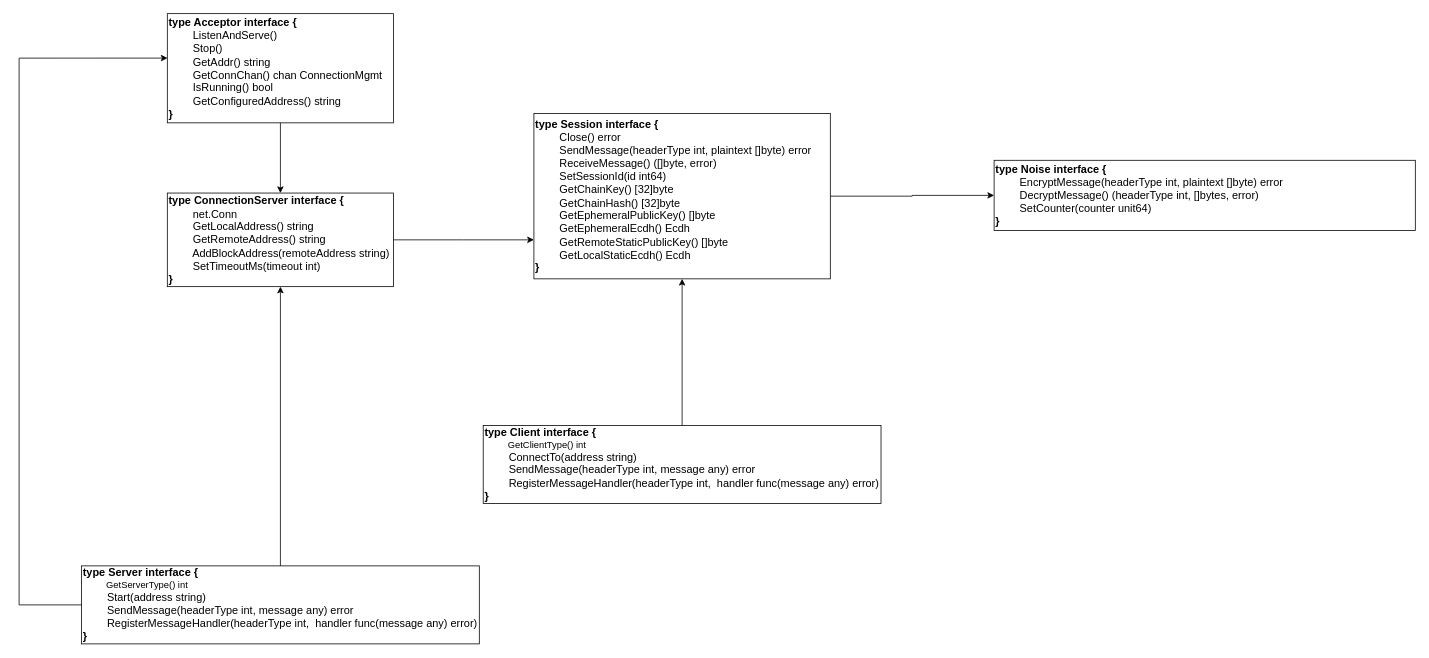
The draw.io diagram page "new design" (3 of 3) of dhp/opennhp.architecture.design.drawio in wenhulove333/opendhp, before the edit. Source tidied: cells renumbered, new cells numbered last; positions are measured from the earlier drawing's top-left corner, leaving out a move shared by most shapes. Both pictures are drawn from the tidied source at 78%, with x=0, y=0 at pixel (19, 13).
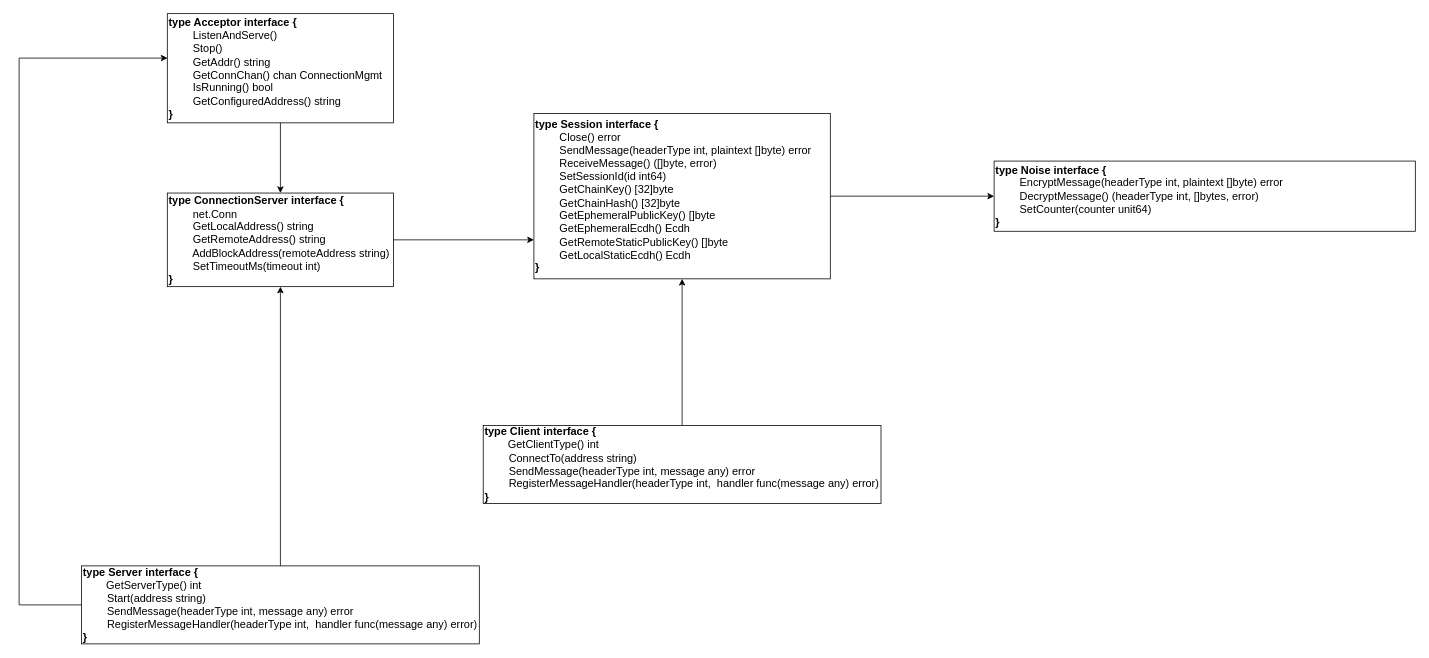
The same page after the edit.

Change to the diagram source:
```diff
@@
 <mxGraphModel>
   <root>
     <mxCell id="0" />
     <mxCell id="1" parent="0" />
     <mxCell id="2" style="edgeStyle=orthogonalEdgeStyle;rounded=0;jettySize=auto;html=1;exitX=0.5;exitY=1;exitDx=0;exitDy=0;entryX=0.5;entryY=0;entryDx=0;entryDy=0;" parent="1" edge="1" source="3" target="5">
       <mxGeometry relative="1" as="geometry" />
     </mxCell>
     <mxCell id="3" value="&lt;div&gt;&lt;font style=&quot;font-size: 14px;&quot;&gt;&lt;b&gt;type Acceptor interface {&lt;/b&gt;&lt;/font&gt;&lt;/div&gt;&lt;div&gt;&lt;span style=&quot;white-space: normal;&quot;&gt;&lt;font style=&quot;font-size: 14px;&quot;&gt;&lt;span style=&quot;white-space:pre&quot;&gt;&#9;&lt;/span&gt;ListenAndServe()&lt;/font&gt;&lt;/span&gt;&lt;/div&gt;&lt;div&gt;&lt;span style=&quot;white-space: normal;&quot;&gt;&lt;font style=&quot;font-size: 14px;&quot;&gt;&lt;span style=&quot;white-space:pre&quot;&gt;&#9;&lt;/span&gt;Stop()&lt;/font&gt;&lt;/span&gt;&lt;/div&gt;&lt;div&gt;&lt;span style=&quot;white-space: normal;&quot;&gt;&lt;font style=&quot;font-size: 14px;&quot;&gt;&lt;span style=&quot;white-space:pre&quot;&gt;&#9;&lt;/span&gt;GetAddr() string&lt;/font&gt;&lt;/span&gt;&lt;/div&gt;&lt;div&gt;&lt;span style=&quot;white-space: normal;&quot;&gt;&lt;font style=&quot;font-size: 14px;&quot;&gt;&lt;span style=&quot;white-space:pre&quot;&gt;&#9;&lt;/span&gt;GetConnChan() chan ConnectionMgmt&lt;/font&gt;&lt;/span&gt;&lt;/div&gt;&lt;div&gt;&lt;span style=&quot;white-space: normal;&quot;&gt;&lt;font style=&quot;font-size: 14px;&quot;&gt;&lt;span style=&quot;white-space:pre&quot;&gt;&#9;&lt;/span&gt;IsRunning() bool&lt;/font&gt;&lt;/span&gt;&lt;/div&gt;&lt;div&gt;&lt;span style=&quot;white-space: normal;&quot;&gt;&lt;font style=&quot;font-size: 14px;&quot;&gt;&lt;span style=&quot;white-space:pre&quot;&gt;&#9;&lt;/span&gt;GetConfiguredAddress() string&lt;/font&gt;&lt;/span&gt;&lt;/div&gt;&lt;div&gt;&lt;font style=&quot;font-size: 14px;&quot;&gt;&lt;b&gt;}&lt;/b&gt;&lt;/font&gt;&lt;/div&gt;" style="rounded=0;whiteSpace=wrap;html=1;fillColor=none;align=left;" parent="1" vertex="1">
       <mxGeometry x="190" width="290" height="140" as="geometry" />
     </mxCell>
     <mxCell id="4" style="edgeStyle=orthogonalEdgeStyle;rounded=0;jettySize=auto;html=1;exitX=1;exitY=0.5;exitDx=0;exitDy=0;" parent="1" edge="1" source="5">
       <mxGeometry relative="1" as="geometry">
         <mxPoint x="660" y="290" as="targetPoint" />
       </mxGeometry>
     </mxCell>
     <mxCell id="5" value="&lt;div&gt;&lt;font style=&quot;font-size: 14px;&quot;&gt;&lt;b&gt;type ConnectionServer interface {&lt;/b&gt;&lt;/font&gt;&lt;/div&gt;&lt;div&gt;&lt;span style=&quot;white-space: normal;&quot;&gt;&lt;font style=&quot;font-size: 14px;&quot;&gt;&lt;span style=&quot;white-space:pre&quot;&gt;&#9;&lt;/span&gt;net.Conn&lt;/font&gt;&lt;/span&gt;&lt;/div&gt;&lt;div&gt;&lt;span style=&quot;white-space: normal;&quot;&gt;&lt;font style=&quot;font-size: 14px;&quot;&gt;&amp;nbsp; &amp;nbsp; &amp;nbsp; &amp;nbsp; GetLocalAddress() string&lt;/font&gt;&lt;/span&gt;&lt;/div&gt;&lt;div&gt;&lt;span style=&quot;white-space: normal;&quot;&gt;&lt;font style=&quot;font-size: 14px;&quot;&gt;&amp;nbsp; &amp;nbsp; &amp;nbsp; &amp;nbsp; GetRemoteAddress() string&lt;/font&gt;&lt;/span&gt;&lt;/div&gt;&lt;div&gt;&lt;span style=&quot;white-space: normal;&quot;&gt;&lt;font style=&quot;font-size: 14px;&quot;&gt;&amp;nbsp; &amp;nbsp; &amp;nbsp; &amp;nbsp; AddBlockAddress(remoteAddress string)&lt;/font&gt;&lt;/span&gt;&lt;/div&gt;&lt;div&gt;&lt;span style=&quot;white-space: normal;&quot;&gt;&lt;font style=&quot;font-size: 14px;&quot;&gt;&amp;nbsp; &amp;nbsp; &amp;nbsp; &amp;nbsp; SetTimeoutMs(timeout int)&lt;/font&gt;&lt;/span&gt;&lt;/div&gt;&lt;div&gt;&lt;font style=&quot;font-size: 14px;&quot;&gt;&lt;b&gt;}&lt;/b&gt;&lt;/font&gt;&lt;/div&gt;" style="rounded=0;whiteSpace=wrap;html=1;fillColor=none;align=left;" parent="1" vertex="1">
       <mxGeometry x="190" y="230" width="290" height="120" as="geometry" />
     </mxCell>
     <mxCell id="6" style="edgeStyle=orthogonalEdgeStyle;rounded=0;jettySize=auto;html=1;exitX=1;exitY=0.5;exitDx=0;exitDy=0;entryX=0;entryY=0.5;entryDx=0;entryDy=0;" parent="1" edge="1" source="7" target="10">
       <mxGeometry relative="1" as="geometry" />
     </mxCell>
     <mxCell id="7" value="&lt;div&gt;&lt;font style=&quot;font-size: 14px;&quot;&gt;&lt;b&gt;type Session interface {&lt;/b&gt;&lt;/font&gt;&lt;/div&gt;&lt;div&gt;&lt;span style=&quot;white-space: normal;&quot;&gt;&lt;font style=&quot;font-size: 14px;&quot;&gt;&amp;nbsp;&lt;span style=&quot;white-space: pre;&quot;&gt;&#9;&lt;/span&gt;&lt;/font&gt;&lt;/span&gt;&lt;span style=&quot;font-size: 14px; background-color: transparent; color: light-dark(rgb(0, 0, 0), rgb(255, 255, 255));&quot;&gt;Close() error&lt;/span&gt;&lt;/div&gt;&lt;div&gt;&lt;span style=&quot;white-space: normal;&quot;&gt;&lt;font style=&quot;font-size: 14px;&quot;&gt;&amp;nbsp; &amp;nbsp; &amp;nbsp; &amp;nbsp; SendMessage(headerType int, plaintext []byte) error&lt;/font&gt;&lt;/span&gt;&lt;/div&gt;&lt;div&gt;&lt;span style=&quot;white-space: normal;&quot;&gt;&lt;font style=&quot;font-size: 14px;&quot;&gt;&amp;nbsp; &amp;nbsp; &amp;nbsp; &amp;nbsp; ReceiveMessage() ([]byte, error)&lt;/font&gt;&lt;/span&gt;&lt;/div&gt;&lt;div&gt;&lt;span style=&quot;white-space: normal;&quot;&gt;&lt;font style=&quot;font-size: 14px;&quot;&gt;&amp;nbsp; &amp;nbsp; &amp;nbsp; &amp;nbsp; SetSessionId(id int64)&lt;/font&gt;&lt;/span&gt;&lt;/div&gt;&lt;div&gt;&lt;span style=&quot;white-space: normal;&quot;&gt;&lt;font style=&quot;font-size: 14px;&quot;&gt;&amp;nbsp; &amp;nbsp; &amp;nbsp; &amp;nbsp; GetChainKey() [32]byte&lt;/font&gt;&lt;/span&gt;&lt;/div&gt;&lt;div&gt;&lt;span style=&quot;white-space: normal;&quot;&gt;&lt;font style=&quot;font-size: 14px;&quot;&gt;&amp;nbsp; &amp;nbsp; &amp;nbsp; &amp;nbsp; GetChainHash() [32]byte&lt;/font&gt;&lt;/span&gt;&lt;/div&gt;&lt;div&gt;&lt;span style=&quot;white-space: normal;&quot;&gt;&lt;font style=&quot;font-size: 14px;&quot;&gt;&amp;nbsp; &amp;nbsp; &amp;nbsp; &amp;nbsp; GetEphemeralPublicKey() []byte&lt;/font&gt;&lt;/span&gt;&lt;/div&gt;&lt;div&gt;&lt;span style=&quot;white-space: normal;&quot;&gt;&lt;font style=&quot;font-size: 14px;&quot;&gt;&amp;nbsp; &amp;nbsp; &amp;nbsp; &amp;nbsp; GetEphemeralEcdh() Ecdh&lt;/font&gt;&lt;/span&gt;&lt;/div&gt;&lt;div&gt;&lt;span style=&quot;white-space: normal;&quot;&gt;&lt;font style=&quot;font-size: 14px;&quot;&gt;&amp;nbsp; &amp;nbsp; &amp;nbsp; &amp;nbsp; GetRemoteStaticPublicKey() []byte&lt;/font&gt;&lt;/span&gt;&lt;/div&gt;&lt;div&gt;&lt;span style=&quot;white-space: normal;&quot;&gt;&lt;font style=&quot;font-size: 14px;&quot;&gt;&amp;nbsp; &amp;nbsp; &amp;nbsp; &amp;nbsp; GetLocalStaticEcdh() Ecdh&lt;/font&gt;&lt;/span&gt;&lt;/div&gt;&lt;div&gt;&lt;font style=&quot;font-size: 14px;&quot;&gt;&lt;b&gt;}&lt;/b&gt;&lt;/font&gt;&lt;/div&gt;" style="rounded=0;whiteSpace=wrap;html=1;fillColor=none;align=left;" parent="1" vertex="1">
       <mxGeometry x="660" y="128" width="380" height="212" as="geometry" />
     </mxCell>
     <mxCell id="8" style="edgeStyle=orthogonalEdgeStyle;rounded=0;jettySize=auto;html=1;exitX=0.5;exitY=0;exitDx=0;exitDy=0;entryX=0.5;entryY=1;entryDx=0;entryDy=0;" parent="1" edge="1" source="9" target="7">
       <mxGeometry relative="1" as="geometry" />
     </mxCell>
-    <mxCell id="9" value="&lt;div&gt;&lt;font style=&quot;font-size: 14px;&quot;&gt;&lt;b&gt;type Client interface {&lt;/b&gt;&lt;/font&gt;&lt;/div&gt;&lt;div&gt;&lt;span style=&quot;white-space: normal;&quot;&gt;&amp;nbsp; &amp;nbsp; &amp;nbsp; &amp;nbsp; &amp;nbsp;GetClientType() int&lt;/span&gt;&lt;/div&gt;&lt;div&gt;&lt;span style=&quot;white-space: normal;&quot;&gt;&lt;font style=&quot;font-size: 14px;&quot;&gt;&lt;span style=&quot;white-space:pre&quot;&gt;&#9;&lt;/span&gt;ConnectTo(address string)&lt;/font&gt;&lt;/span&gt;&lt;/div&gt;&lt;div&gt;&lt;/div&gt;&lt;div&gt;&lt;span style=&quot;white-space: normal;&quot;&gt;&lt;font style=&quot;font-size: 14px;&quot;&gt;&amp;nbsp; &amp;nbsp; &amp;nbsp; &amp;nbsp; SendMessage(headerType int, message any) error&lt;/font&gt;&lt;/span&gt;&lt;/div&gt;&lt;div&gt;&lt;span style=&quot;white-space: normal;&quot;&gt;&lt;font style=&quot;font-size: 14px;&quot;&gt;&amp;nbsp; &amp;nbsp; &amp;nbsp; &amp;nbsp; RegisterMessageHandler(headerType int,&amp;nbsp; handler func(message any) error)&lt;/font&gt;&lt;/span&gt;&lt;/div&gt;&lt;div&gt;&lt;font style=&quot;font-size: 14px;&quot;&gt;&lt;b&gt;}&lt;/b&gt;&lt;/font&gt;&lt;/div&gt;" style="rounded=0;whiteSpace=wrap;html=1;fillColor=none;align=left;" parent="1" vertex="1">
+    <mxCell id="9" value="&lt;div&gt;&lt;font style=&quot;font-size: 14px;&quot;&gt;&lt;b&gt;type Client interface {&lt;/b&gt;&lt;/font&gt;&lt;/div&gt;&lt;div&gt;&lt;span style=&quot;white-space: normal;&quot;&gt;&amp;nbsp; &amp;nbsp; &amp;nbsp; &amp;nbsp; &amp;nbsp;&lt;font style=&quot;font-size: 14px;&quot;&gt;GetClientType() int&lt;/font&gt;&lt;/span&gt;&lt;/div&gt;&lt;div&gt;&lt;span style=&quot;white-space: normal;&quot;&gt;&lt;font style=&quot;font-size: 14px;&quot;&gt;&lt;span style=&quot;white-space:pre&quot;&gt;&#9;&lt;/span&gt;ConnectTo(address string)&lt;/font&gt;&lt;/span&gt;&lt;/div&gt;&lt;div&gt;&lt;/div&gt;&lt;div&gt;&lt;span style=&quot;white-space: normal;&quot;&gt;&lt;font style=&quot;font-size: 14px;&quot;&gt;&amp;nbsp; &amp;nbsp; &amp;nbsp; &amp;nbsp; SendMessage(headerType int, message any) error&lt;/font&gt;&lt;/span&gt;&lt;/div&gt;&lt;div&gt;&lt;span style=&quot;white-space: normal;&quot;&gt;&lt;font style=&quot;font-size: 14px;&quot;&gt;&amp;nbsp; &amp;nbsp; &amp;nbsp; &amp;nbsp; RegisterMessageHandler(headerType int,&amp;nbsp; handler func(message any) error)&lt;/font&gt;&lt;/span&gt;&lt;/div&gt;&lt;div&gt;&lt;font style=&quot;font-size: 14px;&quot;&gt;&lt;b&gt;}&lt;/b&gt;&lt;/font&gt;&lt;/div&gt;" style="rounded=0;whiteSpace=wrap;html=1;fillColor=none;align=left;" parent="1" vertex="1">
       <mxGeometry x="595" y="528" width="510" height="100" as="geometry" />
     </mxCell>
     <mxCell id="10" value="&lt;div&gt;&lt;font style=&quot;font-size: 14px;&quot;&gt;&lt;b&gt;type Noise interface {&lt;/b&gt;&lt;/font&gt;&lt;/div&gt;&lt;div&gt;&lt;span style=&quot;white-space: normal;&quot;&gt;&lt;font style=&quot;font-size: 14px;&quot;&gt;&amp;nbsp; &amp;nbsp; &amp;nbsp; &amp;nbsp; EncryptMessage(headerType int, plaintext []byte) error&lt;/font&gt;&lt;/span&gt;&lt;/div&gt;&lt;div&gt;&lt;span style=&quot;white-space: normal;&quot;&gt;&lt;font style=&quot;font-size: 14px;&quot;&gt;&amp;nbsp; &amp;nbsp; &amp;nbsp; &amp;nbsp; DecryptMessage() (headerType int, []bytes, error)&lt;/font&gt;&lt;/span&gt;&lt;/div&gt;&lt;div&gt;&lt;span style=&quot;white-space: normal;&quot;&gt;&lt;font style=&quot;font-size: 14px;&quot;&gt;&amp;nbsp; &amp;nbsp; &amp;nbsp; &amp;nbsp; SetCounter(counter unit64)&lt;/font&gt;&lt;/span&gt;&lt;/div&gt;&lt;div&gt;&lt;font style=&quot;font-size: 14px;&quot;&gt;&lt;b&gt;}&lt;/b&gt;&lt;/font&gt;&lt;/div&gt;" style="rounded=0;whiteSpace=wrap;html=1;fillColor=none;align=left;" parent="1" vertex="1">
-      <mxGeometry x="1250" y="188" width="540" height="90" as="geometry" />
+      <mxGeometry x="1250" y="189" width="540" height="90" as="geometry" />
     </mxCell>
     <mxCell id="11" style="edgeStyle=orthogonalEdgeStyle;rounded=0;jettySize=auto;html=1;exitX=0.5;exitY=0;exitDx=0;exitDy=0;entryX=0.5;entryY=1;entryDx=0;entryDy=0;" parent="1" edge="1" source="12" target="5">
       <mxGeometry relative="1" as="geometry" />
     </mxCell>
-    <mxCell id="12" value="&lt;div&gt;&lt;font style=&quot;font-size: 14px;&quot;&gt;&lt;b&gt;type Server interface {&lt;/b&gt;&lt;/font&gt;&lt;/div&gt;&lt;div&gt;&lt;span style=&quot;white-space: normal;&quot;&gt;&amp;nbsp; &amp;nbsp; &amp;nbsp; &amp;nbsp; &amp;nbsp;GetServerType() int&lt;/span&gt;&lt;/div&gt;&lt;div&gt;&lt;span style=&quot;white-space: normal;&quot;&gt;&lt;font style=&quot;font-size: 14px;&quot;&gt;&lt;span style=&quot;white-space:pre&quot;&gt;&#9;&lt;/span&gt;Start(address string)&lt;/font&gt;&lt;/span&gt;&lt;/div&gt;&lt;div&gt;&lt;/div&gt;&lt;div&gt;&lt;span style=&quot;white-space: normal;&quot;&gt;&lt;font style=&quot;font-size: 14px;&quot;&gt;&amp;nbsp; &amp;nbsp; &amp;nbsp; &amp;nbsp; SendMessage(headerType int, message any) error&lt;/font&gt;&lt;/span&gt;&lt;/div&gt;&lt;div&gt;&lt;span style=&quot;white-space: normal;&quot;&gt;&lt;font style=&quot;font-size: 14px;&quot;&gt;&amp;nbsp; &amp;nbsp; &amp;nbsp; &amp;nbsp; RegisterMessageHandler(headerType int,&amp;nbsp; handler func(message any) error)&lt;/font&gt;&lt;/span&gt;&lt;/div&gt;&lt;div&gt;&lt;font style=&quot;font-size: 14px;&quot;&gt;&lt;b&gt;}&lt;/b&gt;&lt;/font&gt;&lt;/div&gt;" style="rounded=0;whiteSpace=wrap;html=1;fillColor=none;align=left;" parent="1" vertex="1">
+    <mxCell id="12" value="&lt;div&gt;&lt;font style=&quot;font-size: 14px;&quot;&gt;&lt;b&gt;type Server interface {&lt;/b&gt;&lt;/font&gt;&lt;/div&gt;&lt;div&gt;&lt;span style=&quot;white-space: normal;&quot;&gt;&amp;nbsp; &amp;nbsp; &amp;nbsp; &amp;nbsp; &amp;nbsp;&lt;font style=&quot;font-size: 14px;&quot;&gt;GetServerType() int&lt;/font&gt;&lt;/span&gt;&lt;/div&gt;&lt;div&gt;&lt;span style=&quot;white-space: normal;&quot;&gt;&lt;font style=&quot;font-size: 14px;&quot;&gt;&lt;span style=&quot;white-space:pre&quot;&gt;&#9;&lt;/span&gt;Start(address string)&lt;/font&gt;&lt;/span&gt;&lt;/div&gt;&lt;div&gt;&lt;/div&gt;&lt;div&gt;&lt;span style=&quot;white-space: normal;&quot;&gt;&lt;font style=&quot;font-size: 14px;&quot;&gt;&amp;nbsp; &amp;nbsp; &amp;nbsp; &amp;nbsp; SendMessage(headerType int, message any) error&lt;/font&gt;&lt;/span&gt;&lt;/div&gt;&lt;div&gt;&lt;span style=&quot;white-space: normal;&quot;&gt;&lt;font style=&quot;font-size: 14px;&quot;&gt;&amp;nbsp; &amp;nbsp; &amp;nbsp; &amp;nbsp; RegisterMessageHandler(headerType int,&amp;nbsp; handler func(message any) error)&lt;/font&gt;&lt;/span&gt;&lt;/div&gt;&lt;div&gt;&lt;font style=&quot;font-size: 14px;&quot;&gt;&lt;b&gt;}&lt;/b&gt;&lt;/font&gt;&lt;/div&gt;" style="rounded=0;whiteSpace=wrap;html=1;fillColor=none;align=left;" parent="1" vertex="1">
       <mxGeometry x="80" y="708" width="510" height="100" as="geometry" />
     </mxCell>
     <mxCell id="13" style="edgeStyle=orthogonalEdgeStyle;rounded=0;jettySize=auto;html=1;exitX=0;exitY=0.5;exitDx=0;exitDy=0;entryX=0.001;entryY=0.407;entryDx=0;entryDy=0;entryPerimeter=0;" parent="1" edge="1" source="12" target="3">
       <mxGeometry relative="1" as="geometry">
         <Array as="points">
           <mxPoint y="758" />
           <mxPoint y="57" />
         </Array>
       </mxGeometry>
     </mxCell>
   </root>
 </mxGraphModel>
```
